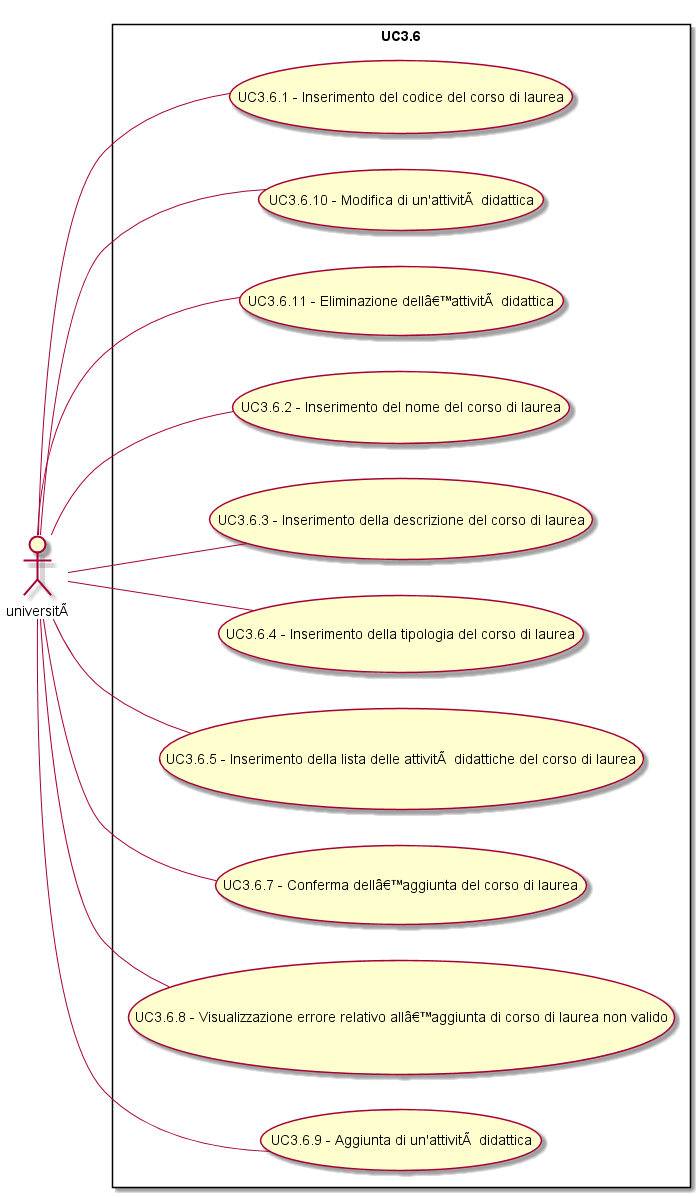
Before: Analisi dei requisiti/img/UC3-6.png, a diagram exported from PlantUML (SOS-SonsOfSwe/Marvin).
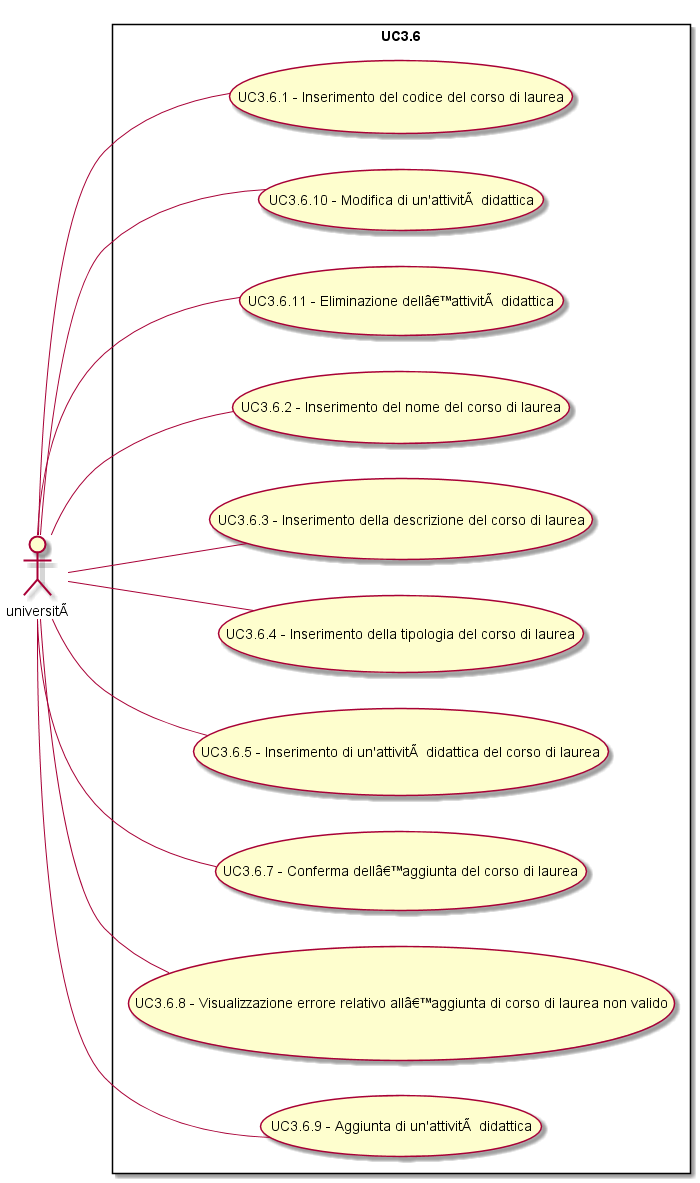
After the change.

The edit, as a diff of the source:
```diff
@@ -9,7 +9,7 @@
 universitÃ  -- (UC3.6.2 - Inserimento del nome del corso di laurea)
 universitÃ  -- (UC3.6.3 - Inserimento della descrizione del corso di laurea)
 universitÃ  -- (UC3.6.4 - Inserimento della tipologia del corso di laurea)
-universitÃ  -- (UC3.6.5 - Inserimento della lista delle attivitÃ  didattiche del corso di laurea)
+universitÃ  -- (UC3.6.5 - Inserimento di un'attivitÃ  didattica del corso di laurea)
 universitÃ  -- (UC3.6.7 - Conferma dellâ??aggiunta del corso di laurea)
 universitÃ  -- (UC3.6.8 - Visualizzazione errore relativo allâ??aggiunta di corso di laurea non valido )
 universitÃ  -- (UC3.6.9 - Aggiunta di un'attivitÃ  didattica)
```
